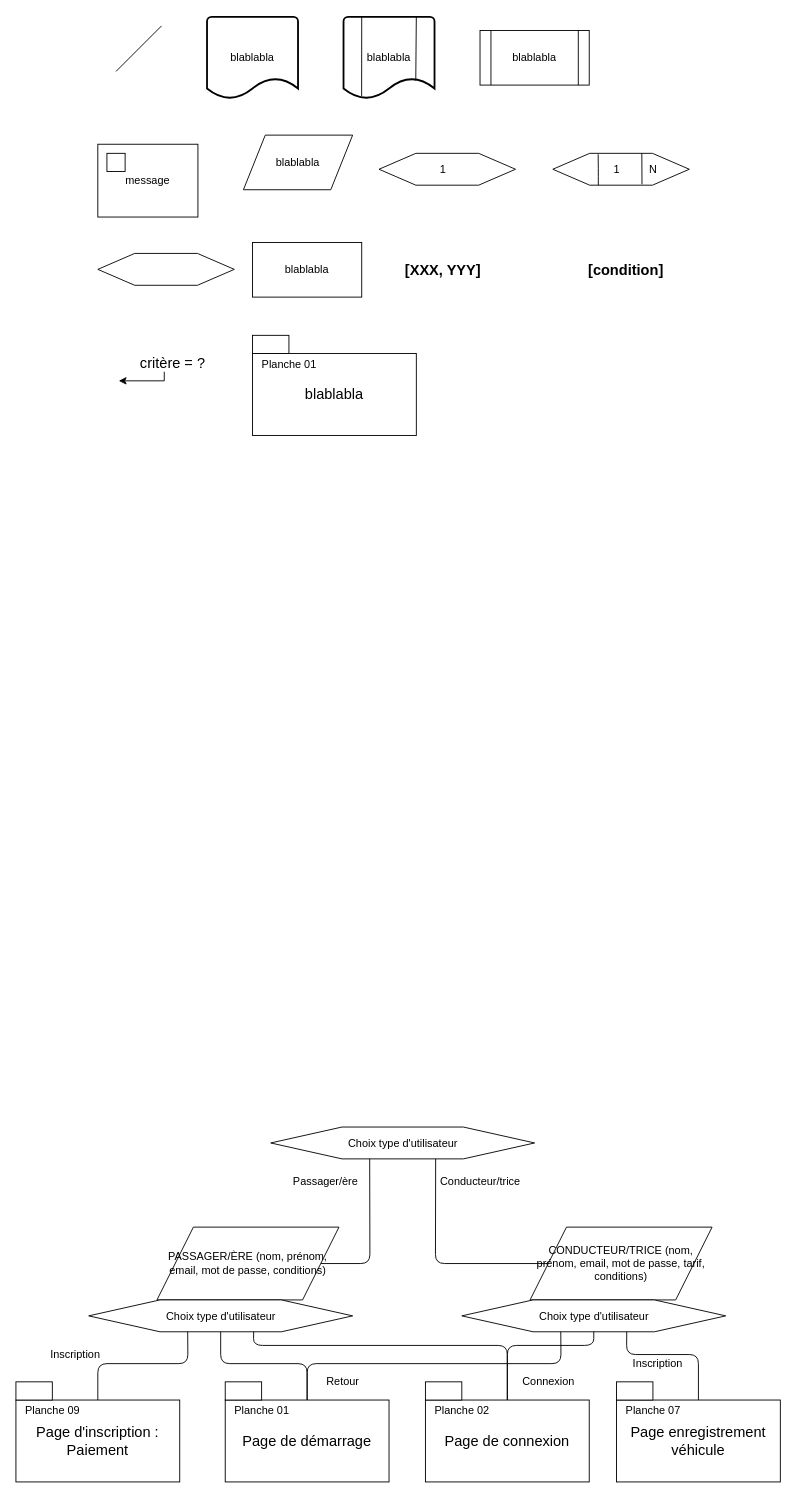
Before: gestion_de_projet/sni/page-inscription.drawio in mboultoureau/utaxi, a draw.io diagram. Source tidied: cells renumbered, new cells numbered last; positions are measured from the earlier drawing's top-left corner, leaving out a move shared by most shapes. Both pictures are drawn from the tidied source at 91%, with x=0, y=0 at pixel (15, 16).
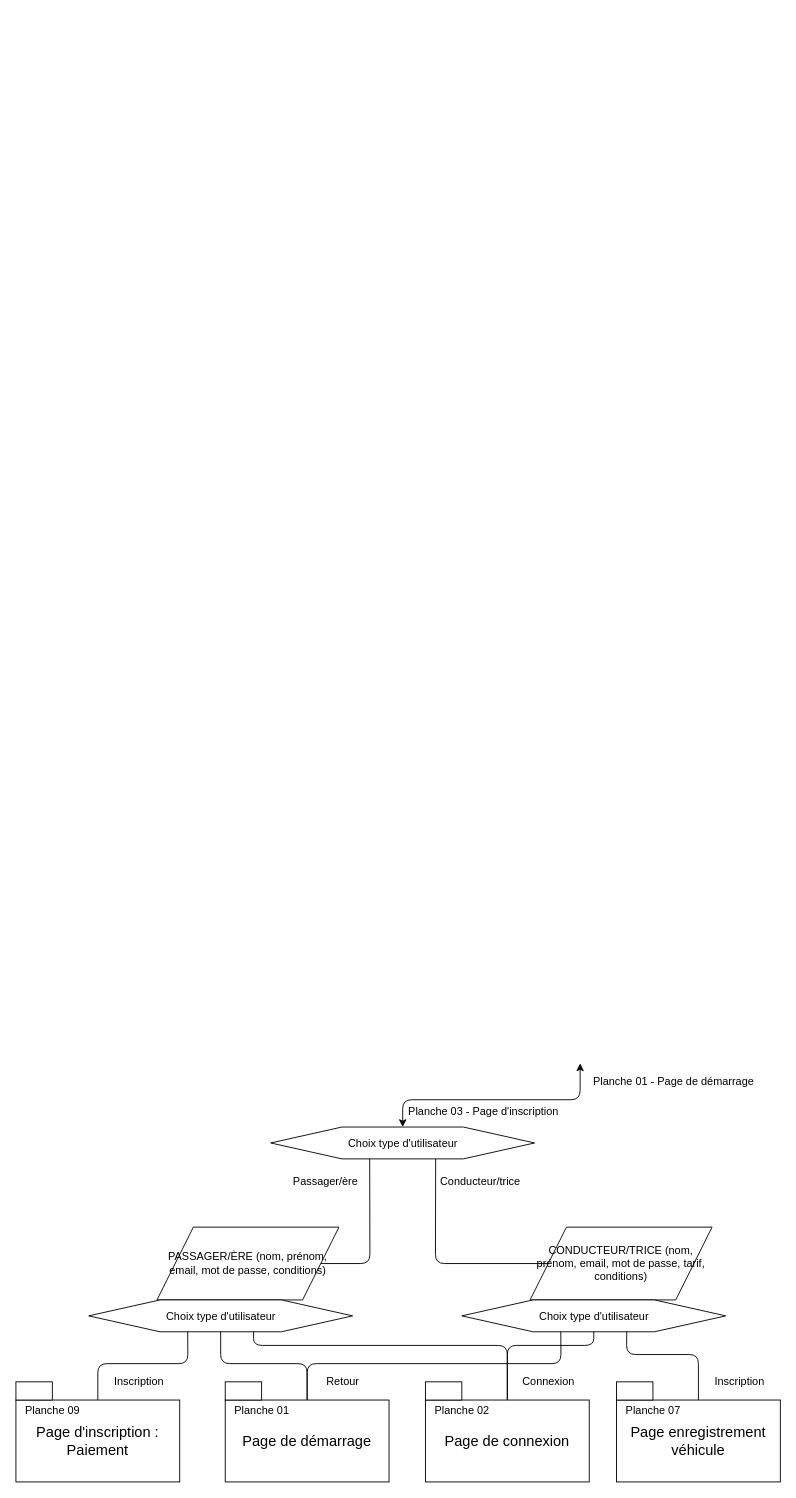
The same page after the edit.

Commit message (it also covers changes not shown here):
Ajout SNI de la page paiement

Unchanged cells that the change refers to:
```xml
<mxCell id="34" style="verticalLabelPosition=bottom;verticalAlign=top;html=1;shape=hexagon;perimeter=hexagonPerimeter2;arcSize=6;size=0.27;" parent="1" vertex="1">
  <mxGeometry x="280" y="1220" width="290" height="35" as="geometry" />
</mxCell>
```

What changed in the source:
```diff
@@
-    <mxCell id="2" style="endArrow=none;html=1;" parent="1" edge="1">
-      <mxGeometry relative="1" as="geometry">
-        <mxPoint x="110" y="60" as="sourcePoint" />
-        <mxPoint x="160" y="10" as="targetPoint" />
-      </mxGeometry>
-    </mxCell>
-    <mxCell id="3" value="blablabla" style="strokeWidth=2;html=1;shape=mxgraph.flowchart.document2;whiteSpace=wrap;size=0.25;" parent="1" vertex="1">
-      <mxGeometry x="210" width="100" height="90" as="geometry" />
-    </mxCell>
-    <mxCell id="4" style="group;" parent="1" vertex="1">
-      <mxGeometry x="360" width="100" height="90" as="geometry" />
-    </mxCell>
-    <mxCell id="5" value="blablabla" style="strokeWidth=2;html=1;shape=mxgraph.flowchart.document2;whiteSpace=wrap;size=0.25;" parent="4" vertex="1">
-      <mxGeometry width="100" height="90" as="geometry" />
-    </mxCell>
-    <mxCell id="6" style="endArrow=none;html=1;exitX=0.199;exitY=0.969;exitDx=0;exitDy=0;exitPerimeter=0;" parent="4" edge="1" source="5">
-      <mxGeometry relative="1" as="geometry">
-        <mxPoint x="20" as="targetPoint" />
-      </mxGeometry>
-    </mxCell>
-    <mxCell id="7" style="endArrow=none;html=1;exitX=0.794;exitY=0.779;exitDx=0;exitDy=0;exitPerimeter=0;" parent="4" edge="1" source="5">
-      <mxGeometry relative="1" as="geometry">
-        <mxPoint x="80" as="targetPoint" />
-      </mxGeometry>
-    </mxCell>
-    <mxCell id="8" value="blablabla" style="shape=process;whiteSpace=wrap;html=1;backgroundOutline=1;" parent="1" vertex="1">
-      <mxGeometry x="510" y="15" width="120" height="60" as="geometry" />
-    </mxCell>
-    <mxCell id="9" style="group;" parent="1" vertex="1">
-      <mxGeometry x="90" y="140" width="110" height="80" as="geometry" />
-    </mxCell>
-    <mxCell id="10" value="message" style="rounded=0;whiteSpace=wrap;html=1;" parent="9" vertex="1">
-      <mxGeometry width="110" height="80" as="geometry" />
-    </mxCell>
-    <mxCell id="11" style="rounded=0;whiteSpace=wrap;html=1;" parent="9" vertex="1">
-      <mxGeometry x="10" y="10" width="20" height="20" as="geometry" />
-    </mxCell>
-    <mxCell id="12" value="blablabla" style="shape=parallelogram;perimeter=parallelogramPerimeter;whiteSpace=wrap;html=1;" parent="1" vertex="1">
-      <mxGeometry x="250" y="130" width="120" height="60" as="geometry" />
-    </mxCell>
-    <mxCell id="13" style="group;" parent="1" vertex="1">
-      <mxGeometry x="399" y="150" width="150" height="35" as="geometry" />
-    </mxCell>
-    <mxCell id="14" style="verticalLabelPosition=bottom;verticalAlign=top;html=1;shape=hexagon;perimeter=hexagonPerimeter2;arcSize=6;size=0.27;" parent="13" vertex="1">
-      <mxGeometry width="150" height="35" as="geometry" />
-    </mxCell>
-    <mxCell id="15" value="1" style="text;html=1;align=center;verticalAlign=middle;fillColor=none;strokeColor=none;rounded=0;" parent="13" vertex="1">
-      <mxGeometry x="60" y="7.5" width="20" height="20" as="geometry" />
-    </mxCell>
-    <mxCell id="16" style="group;" parent="1" vertex="1">
-      <mxGeometry x="590" y="150" width="150" height="35" as="geometry" />
-    </mxCell>
-    <mxCell id="17" style="verticalLabelPosition=bottom;verticalAlign=top;html=1;shape=hexagon;perimeter=hexagonPerimeter2;arcSize=6;size=0.27;" parent="16" vertex="1">
-      <mxGeometry width="150" height="35" as="geometry" />
-    </mxCell>
-    <mxCell id="18" style="endArrow=none;html=1;exitX=0.625;exitY=0;exitDx=0;exitDy=0;" parent="16" edge="1">
-      <mxGeometry relative="1" as="geometry">
-        <mxPoint x="97.8" as="sourcePoint" />
-        <mxPoint x="98" y="34" as="targetPoint" />
-      </mxGeometry>
-    </mxCell>
-    <mxCell id="19" style="endArrow=none;html=1;exitX=0.625;exitY=0;exitDx=0;exitDy=0;" parent="16" edge="1">
-      <mxGeometry relative="1" as="geometry">
-        <mxPoint x="49.8" y="1" as="sourcePoint" />
-        <mxPoint x="50" y="35" as="targetPoint" />
-        <Array as="points">
-          <mxPoint x="50" y="16" />
-        </Array>
-      </mxGeometry>
-    </mxCell>
-    <mxCell id="20" value="1" style="text;html=1;align=center;verticalAlign=middle;fillColor=none;strokeColor=none;rounded=0;" parent="16" vertex="1">
-      <mxGeometry x="60" y="7.5" width="20" height="20" as="geometry" />
-    </mxCell>
-    <mxCell id="21" value="N" style="text;html=1;align=center;verticalAlign=middle;fillColor=none;strokeColor=none;rounded=0;" parent="16" vertex="1">
-      <mxGeometry x="100" y="7.5" width="20" height="20" as="geometry" />
-    </mxCell>
-    <mxCell id="22" style="verticalLabelPosition=bottom;verticalAlign=top;html=1;shape=hexagon;perimeter=hexagonPerimeter2;arcSize=6;size=0.27;" parent="1" vertex="1">
-      <mxGeometry x="90" y="260" width="150" height="35" as="geometry" />
-    </mxCell>
-    <mxCell id="23" value="blablabla" style="rounded=0;whiteSpace=wrap;html=1;" parent="1" vertex="1">
-      <mxGeometry x="260" y="248" width="120" height="60" as="geometry" />
-    </mxCell>
-    <mxCell id="24" value="&lt;font style=&quot;font-size: 16px&quot;&gt;&lt;b&gt;[XXX, YYY]&lt;/b&gt;&lt;/font&gt;" style="text;html=1;align=center;verticalAlign=middle;fillColor=none;strokeColor=none;rounded=0;" parent="1" vertex="1">
-      <mxGeometry x="419" y="268" width="100" height="20" as="geometry" />
-    </mxCell>
-    <mxCell id="25" value="[condition]" style="text;html=1;align=center;verticalAlign=middle;fillColor=none;strokeColor=none;rounded=0;fontSize=16;fontStyle=1;" parent="1" vertex="1">
-      <mxGeometry x="620" y="268" width="100" height="20" as="geometry" />
-    </mxCell>
-    <mxCell id="26" style="group;" parent="1" vertex="1">
-      <mxGeometry x="113" y="370" width="104" height="30" as="geometry" />
-    </mxCell>
-    <mxCell id="27" style="endArrow=classic;html=1;fontSize=16;" parent="26" edge="1">
-      <mxGeometry relative="1" as="geometry">
-        <mxPoint x="50" y="30" as="sourcePoint" />
-        <mxPoint y="30" as="targetPoint" />
-      </mxGeometry>
-    </mxCell>
-    <mxCell id="28" style="endArrow=none;html=1;fontSize=16;" parent="26" edge="1">
-      <mxGeometry relative="1" as="geometry">
-        <mxPoint x="50" y="30" as="sourcePoint" />
-        <mxPoint x="50" y="20" as="targetPoint" />
-      </mxGeometry>
-    </mxCell>
-    <mxCell id="29" value="critère = ?" style="text;html=1;align=center;verticalAlign=middle;fillColor=none;strokeColor=none;rounded=0;fontSize=16;" parent="26" vertex="1">
-      <mxGeometry x="14" width="90" height="20" as="geometry" />
-    </mxCell>
-    <mxCell id="30" style="group;" parent="1" vertex="1">
-      <mxGeometry x="260" y="350" width="180" height="110" as="geometry" />
-    </mxCell>
-    <mxCell id="31" value="&lt;div&gt;blablabla&lt;/div&gt;" style="rounded=0;whiteSpace=wrap;html=1;fontSize=16;" parent="30" vertex="1">
-      <mxGeometry y="20" width="180" height="90" as="geometry" />
-    </mxCell>
-    <mxCell id="32" style="rounded=0;whiteSpace=wrap;html=1;fontSize=16;" parent="30" vertex="1">
-      <mxGeometry width="40" height="20" as="geometry" />
-    </mxCell>
-    <mxCell id="33" value="&lt;font style=&quot;font-size: 12px&quot;&gt;Planche 01&lt;/font&gt;" style="text;html=1;align=center;verticalAlign=middle;fillColor=none;strokeColor=none;rounded=0;fontSize=16;" parent="30" vertex="1">
-      <mxGeometry y="15" width="80" height="30" as="geometry" />
-    </mxCell>
@@
     <mxCell id="51" value="Inscription" style="text;html=1;align=center;verticalAlign=middle;fillColor=none;strokeColor=none;rounded=0;" parent="1" vertex="1">
-      <mxGeometry x="30" y="1460" width="70" height="20" as="geometry" />
+      <mxGeometry x="100" y="1490" width="70" height="20" as="geometry" />
     </mxCell>
@@
     <mxCell id="57" value="Inscription" style="text;html=1;align=center;verticalAlign=middle;fillColor=none;strokeColor=none;rounded=0;" parent="1" vertex="1">
-      <mxGeometry x="670" y="1470" width="70" height="20" as="geometry" />
+      <mxGeometry x="760" y="1490" width="70" height="20" as="geometry" />
     </mxCell>
@@
+    <mxCell id="72" style="endArrow=classic;startArrow=classic;html=1;exitX=0.5;exitY=0;exitDx=0;exitDy=0;" parent="1" edge="1" source="34">
+      <mxGeometry relative="1" as="geometry">
+        <mxPoint x="620" y="1150" as="targetPoint" />
+        <Array as="points">
+          <mxPoint x="425" y="1190" />
+          <mxPoint x="620" y="1190" />
+        </Array>
+      </mxGeometry>
+    </mxCell>
+    <mxCell id="73" value="Planche 01 - Page de démarrage" style="text;html=1;strokeColor=none;fillColor=none;align=center;verticalAlign=middle;whiteSpace=wrap;rounded=0;" parent="1" vertex="1">
+      <mxGeometry x="630" y="1160" width="186" height="20" as="geometry" />
+    </mxCell>
+    <mxCell id="74" value="Planche 03 - Page d'inscription" style="text;html=1;strokeColor=none;fillColor=none;align=center;verticalAlign=middle;whiteSpace=wrap;rounded=0;" parent="1" vertex="1">
+      <mxGeometry x="414" y="1193" width="200" height="20" as="geometry" />
+    </mxCell>
```
